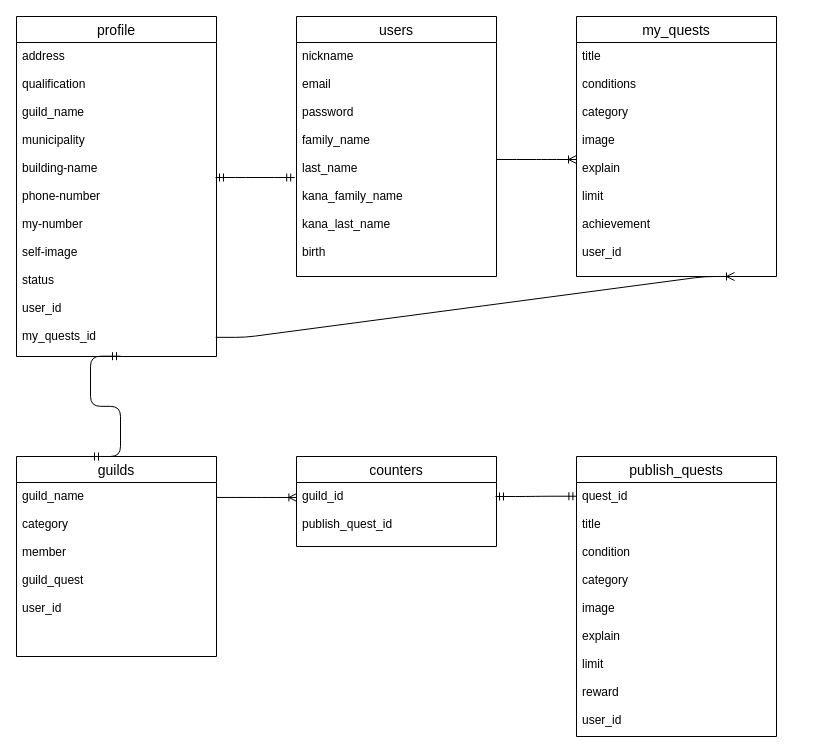
Above: ER.dio in Satota2048/quest_app (draw.io), before the change. Source tidied: cells renumbered, new cells numbered last; positions are measured from the earlier drawing's top-left corner, leaving out a move shared by most shapes. Both pictures are drawn from the tidied source at 100%, with x=0, y=0 at pixel (16, 16).
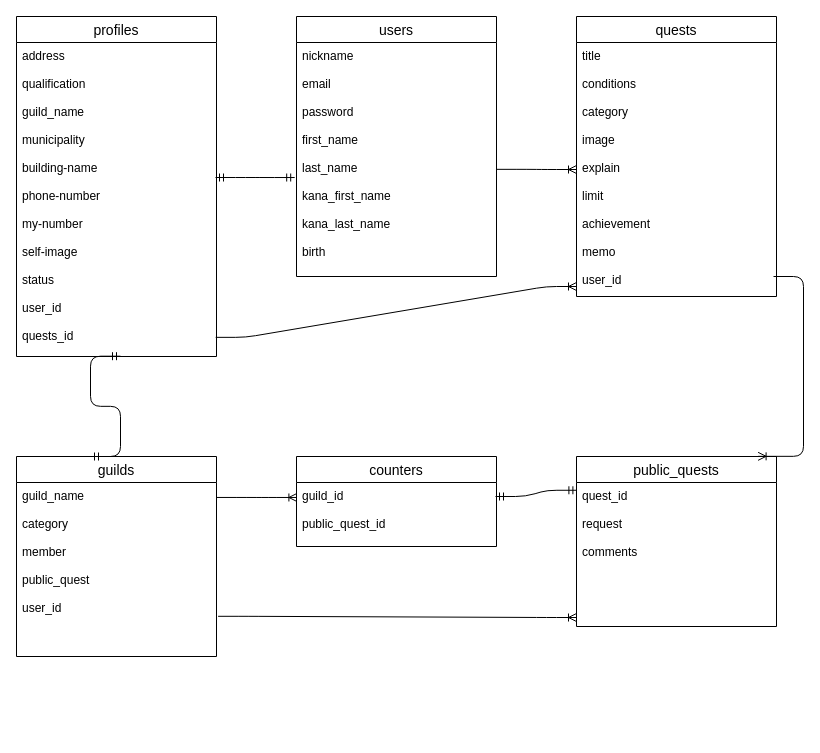
The same page after the edit.

Unchanged cells that the change refers to:
```xml
<mxCell id="2" value="users" style="swimlane;fontStyle=0;horizontal=1;startSize=26;align=center;fontSize=14;" parent="1" vertex="1">
  <mxGeometry x="280" width="200" height="260" as="geometry" />
</mxCell>
<mxCell id="6" value="guilds" style="swimlane;fontStyle=0;horizontal=1;startSize=26;align=center;fontSize=14;" parent="1" vertex="1">
  <mxGeometry y="440" width="200" height="200" as="geometry" />
</mxCell>
<mxCell id="13" value="counters" style="swimlane;fontStyle=0;horizontal=1;startSize=26;align=center;fontSize=14;" parent="1" vertex="1">
  <mxGeometry x="280" y="440" width="200" height="90" as="geometry" />
</mxCell>
```

Diff of the diagram source:
```diff
@@
-    <mxCell id="3" value="nickname&#10;&#10;email&#10;&#10;password&#10;&#10;family_name&#10;&#10;last_name&#10;&#10;kana_family_name&#10;&#10;kana_last_name&#10;&#10;birth&#10;&#10;" style="text;strokeColor=none;fillColor=none;spacingLeft=4;spacingRight=4;overflow=hidden;points=[[0,0.5],[1,0.5]];portConstraint=eastwest;fontSize=12;" parent="2" vertex="1">
+    <mxCell id="3" value="nickname&#10;&#10;email&#10;&#10;password&#10;&#10;first_name&#10;&#10;last_name&#10;&#10;kana_first_name&#10;&#10;kana_last_name&#10;&#10;birth&#10;&#10;" style="text;strokeColor=none;fillColor=none;spacingLeft=4;spacingRight=4;overflow=hidden;points=[[0,0.5],[1,0.5]];portConstraint=eastwest;fontSize=12;" parent="2" vertex="1">
       <mxGeometry y="26" width="200" height="234" as="geometry" />
     </mxCell>
-    <mxCell id="4" value="my_quests" style="swimlane;fontStyle=0;horizontal=1;startSize=26;align=center;fontSize=14;" parent="1" vertex="1">
-      <mxGeometry x="560" width="200" height="260" as="geometry" />
+    <mxCell id="4" value="quests" style="swimlane;fontStyle=0;horizontal=1;startSize=26;align=center;fontSize=14;" parent="1" vertex="1">
+      <mxGeometry x="560" width="200" height="280" as="geometry" />
     </mxCell>
-    <mxCell id="5" value="title&#10;&#10;conditions&#10;&#10;category&#10;&#10;image&#10;&#10;explain&#10;&#10;limit&#10;&#10;achievement&#10;&#10;user_id" style="text;strokeColor=none;fillColor=none;spacingLeft=4;spacingRight=4;overflow=hidden;points=[[0,0.5],[1,0.5]];portConstraint=eastwest;fontSize=12;" parent="4" vertex="1">
-      <mxGeometry y="26" width="200" height="234" as="geometry" />
+    <mxCell id="5" value="title&#10;&#10;conditions&#10;&#10;category&#10;&#10;image&#10;&#10;explain&#10;&#10;limit&#10;&#10;achievement&#10;&#10;memo&#10;&#10;user_id" style="text;strokeColor=none;fillColor=none;spacingLeft=4;spacingRight=4;overflow=hidden;points=[[0,0.5],[1,0.5]];portConstraint=eastwest;fontSize=12;" parent="4" vertex="1">
+      <mxGeometry y="26" width="200" height="254" as="geometry" />
     </mxCell>
@@
-    <mxCell id="7" value="guild_name&#10;&#10;category&#10;&#10;member&#10;&#10;guild_quest&#10;&#10;user_id" style="text;strokeColor=none;fillColor=none;spacingLeft=4;spacingRight=4;overflow=hidden;points=[[0,0.5],[1,0.5]];portConstraint=eastwest;fontSize=12;" parent="6" vertex="1">
+    <mxCell id="7" value="guild_name&#10;&#10;category&#10;&#10;member&#10;&#10;public_quest&#10;&#10;user_id" style="text;strokeColor=none;fillColor=none;spacingLeft=4;spacingRight=4;overflow=hidden;points=[[0,0.5],[1,0.5]];portConstraint=eastwest;fontSize=12;" parent="6" vertex="1">
       <mxGeometry y="26" width="200" height="174" as="geometry" />
     </mxCell>
-    <mxCell id="8" value="profile" style="swimlane;fontStyle=0;horizontal=1;startSize=26;align=center;fontSize=14;" parent="1" vertex="1">
+    <mxCell id="8" value="profiles" style="swimlane;fontStyle=0;horizontal=1;startSize=26;align=center;fontSize=14;" parent="1" vertex="1">
       <mxGeometry width="200" height="340" as="geometry" />
     </mxCell>
-    <mxCell id="9" value="address&#10;&#10;qualification&#10;&#10;guild_name&#10;&#10;municipality&#10;&#10;building-name&#10;&#10;phone-number&#10;&#10;my-number&#10;&#10;self-image&#10;&#10;status&#10;&#10;user_id&#10;&#10;my_quests_id" style="text;strokeColor=none;fillColor=none;spacingLeft=4;spacingRight=4;overflow=hidden;points=[[0,0.5],[1,0.5]];portConstraint=eastwest;fontSize=12;" parent="8" vertex="1">
+    <mxCell id="9" value="address&#10;&#10;qualification&#10;&#10;guild_name&#10;&#10;municipality&#10;&#10;building-name&#10;&#10;phone-number&#10;&#10;my-number&#10;&#10;self-image&#10;&#10;status&#10;&#10;user_id&#10;&#10;quests_id" style="text;strokeColor=none;fillColor=none;spacingLeft=4;spacingRight=4;overflow=hidden;points=[[0,0.5],[1,0.5]];portConstraint=eastwest;fontSize=12;" parent="8" vertex="1">
       <mxGeometry y="26" width="200" height="314" as="geometry" />
     </mxCell>
-    <mxCell id="10" value="publish_quests" style="swimlane;fontStyle=0;horizontal=1;startSize=26;align=center;fontSize=14;" parent="1" vertex="1">
-      <mxGeometry x="560" y="440" width="200" height="280" as="geometry" />
+    <mxCell id="10" value="public_quests" style="swimlane;fontStyle=0;horizontal=1;startSize=26;align=center;fontSize=14;" parent="1" vertex="1">
+      <mxGeometry x="560" y="440" width="200" height="170" as="geometry" />
     </mxCell>
-    <mxCell id="11" value="quest_id&#10;&#10;title&#10;&#10;condition&#10;&#10;category&#10;&#10;image&#10;&#10;explain&#10;&#10;limit&#10;&#10;reward&#10;&#10;user_id" style="text;strokeColor=none;fillColor=none;spacingLeft=4;spacingRight=4;overflow=hidden;points=[[0,0.5],[1,0.5]];portConstraint=eastwest;fontSize=12;" parent="10" vertex="1">
-      <mxGeometry y="26" width="200" height="254" as="geometry" />
+    <mxCell id="11" value="quest_id&#10;&#10;request&#10;&#10;comments" style="text;strokeColor=none;fillColor=none;spacingLeft=4;spacingRight=4;overflow=hidden;points=[[0,0.5],[1,0.5]];portConstraint=eastwest;fontSize=12;" parent="10" vertex="1">
+      <mxGeometry y="26" width="200" height="144" as="geometry" />
     </mxCell>
-    <mxCell id="12" style="edgeStyle=entityRelationEdgeStyle;fontSize=12;html=1;endArrow=ERoneToMany;exitX=1;exitY=0.5;exitDx=0;exitDy=0;entryX=0;entryY=0.5;entryDx=0;entryDy=0;" parent="1" edge="1" source="3" target="5">
+    <mxCell id="12" style="edgeStyle=entityRelationEdgeStyle;fontSize=12;html=1;endArrow=ERoneToMany;exitX=1.002;exitY=0.542;exitDx=0;exitDy=0;entryX=0;entryY=0.5;entryDx=0;entryDy=0;exitPerimeter=0;" parent="1" edge="1" source="3" target="5">
       <mxGeometry relative="1" as="geometry" />
     </mxCell>
@@
-    <mxCell id="14" value="guild_id&#10;&#10;publish_quest_id" style="text;strokeColor=none;fillColor=none;spacingLeft=4;spacingRight=4;overflow=hidden;points=[[0,0.5],[1,0.5]];portConstraint=eastwest;fontSize=12;" parent="13" vertex="1">
+    <mxCell id="14" value="guild_id&#10;&#10;public_quest_id" style="text;strokeColor=none;fillColor=none;spacingLeft=4;spacingRight=4;overflow=hidden;points=[[0,0.5],[1,0.5]];portConstraint=eastwest;fontSize=12;" parent="13" vertex="1">
       <mxGeometry y="26" width="200" height="64" as="geometry" />
     </mxCell>
@@
     <mxCell id="16" style="edgeStyle=entityRelationEdgeStyle;fontSize=12;html=1;endArrow=ERoneToMany;exitX=0.996;exitY=0.939;exitDx=0;exitDy=0;exitPerimeter=0;" parent="1" edge="1" source="9">
       <mxGeometry relative="1" as="geometry">
-        <mxPoint x="718" y="260" as="targetPoint" />
+        <mxPoint x="560" y="270" as="targetPoint" />
       </mxGeometry>
     </mxCell>
@@
+    <mxCell id="20" style="edgeStyle=entityRelationEdgeStyle;fontSize=12;html=1;endArrow=ERoneToMany;entryX=0.908;entryY=-0.001;entryDx=0;entryDy=0;entryPerimeter=0;" parent="1" edge="1" target="10">
+      <mxGeometry relative="1" as="geometry">
+        <mxPoint x="757" y="260" as="sourcePoint" />
+      </mxGeometry>
+    </mxCell>
+    <mxCell id="21" style="edgeStyle=entityRelationEdgeStyle;fontSize=12;html=1;endArrow=ERoneToMany;exitX=1.008;exitY=0.769;exitDx=0;exitDy=0;exitPerimeter=0;" parent="1" edge="1" source="7">
+      <mxGeometry relative="1" as="geometry">
+        <mxPoint x="560" y="601" as="targetPoint" />
+      </mxGeometry>
+    </mxCell>
```
